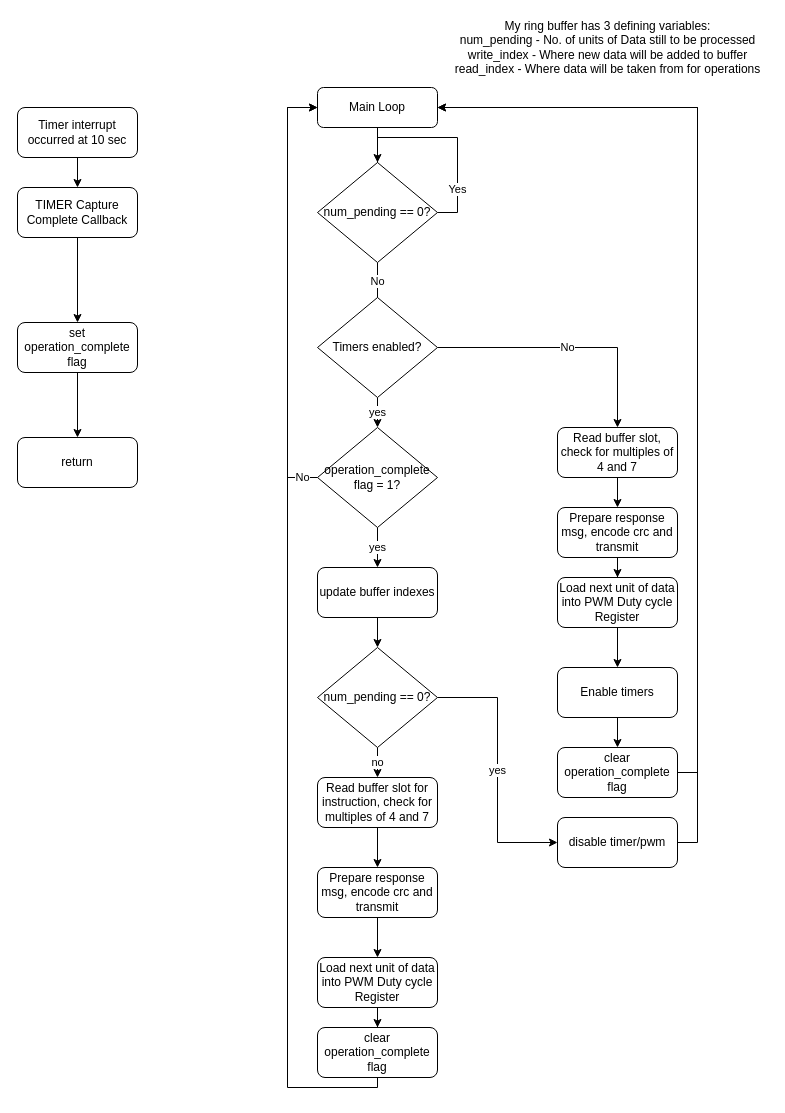
The draw.io diagram page "Main Loop" (2 of 6) of Documentation/STM32Flowchart.drawio in nagars/CPDM-IISc, before the edit. Source tidied: cells renumbered, new cells numbered last; positions are measured from the earlier drawing's top-left corner, leaving out a move shared by most shapes. Both pictures are drawn from the tidied source at 100%, with x=0, y=0 at pixel (17, 17).
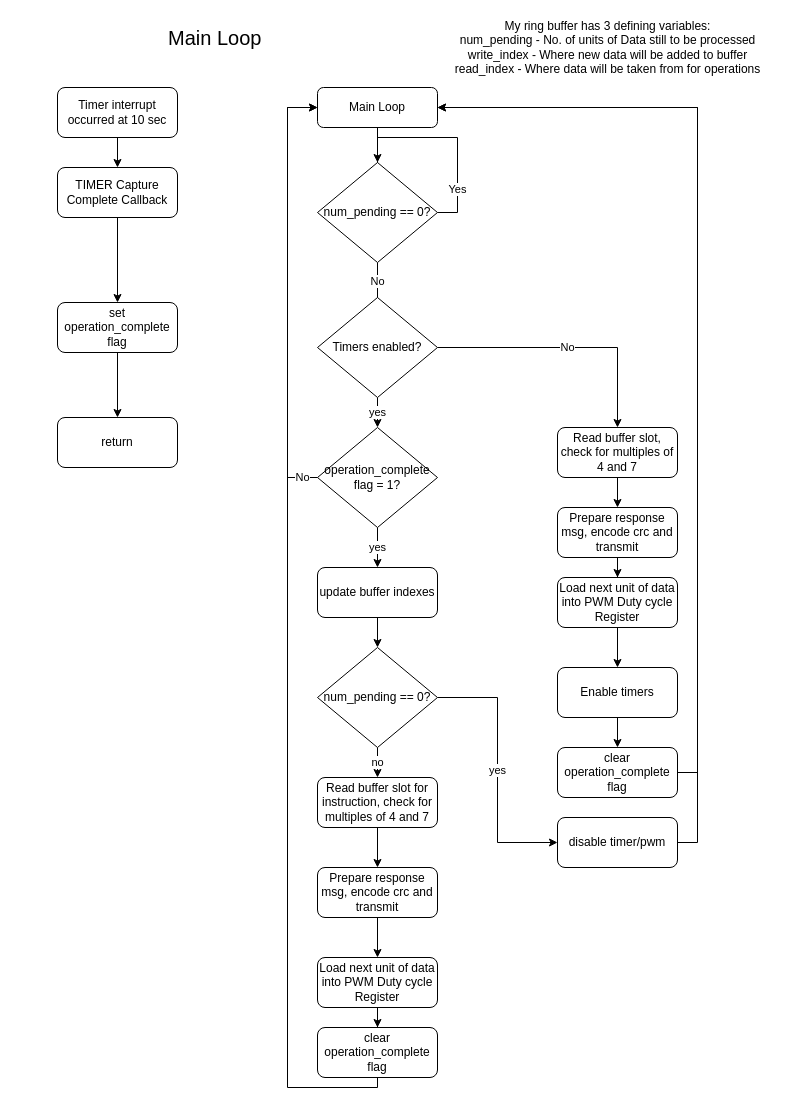
Above is the later version.

The edit, as a diff of the source:
```diff
@@
     <mxCell id="18" value="Timer interrupt occurred at 10 sec" style="rounded=1;whiteSpace=wrap;html=1;fontSize=12;glass=0;strokeWidth=1;shadow=0;" parent="1" vertex="1">
-      <mxGeometry y="90" width="120" height="50" as="geometry" />
+      <mxGeometry x="40" y="70" width="120" height="50" as="geometry" />
     </mxCell>
@@
     <mxCell id="20" value="TIMER Capture Complete Callback" style="rounded=1;whiteSpace=wrap;html=1;fontSize=12;glass=0;strokeWidth=1;shadow=0;" parent="1" vertex="1">
-      <mxGeometry y="170" width="120" height="50" as="geometry" />
+      <mxGeometry x="40" y="150" width="120" height="50" as="geometry" />
     </mxCell>
@@
     <mxCell id="22" value="set operation_complete flag" style="rounded=1;whiteSpace=wrap;html=1;fontSize=12;glass=0;strokeWidth=1;shadow=0;" parent="1" vertex="1">
-      <mxGeometry y="305" width="120" height="50" as="geometry" />
+      <mxGeometry x="40" y="285" width="120" height="50" as="geometry" />
     </mxCell>
@@
     <mxCell id="25" value="return" style="rounded=1;whiteSpace=wrap;html=1;fontSize=12;glass=0;strokeWidth=1;shadow=0;" parent="1" vertex="1">
-      <mxGeometry y="420" width="120" height="50" as="geometry" />
+      <mxGeometry x="40" y="400" width="120" height="50" as="geometry" />
     </mxCell>
@@
+    <mxCell id="47" value="&lt;font style=&quot;font-size: 20px&quot;&gt;Main Loop&amp;nbsp;&lt;/font&gt;" style="text;html=1;align=center;verticalAlign=middle;" parent="1" vertex="1">
+      <mxGeometry x="145" y="10" width="110" height="20" as="geometry" />
+    </mxCell>
```
